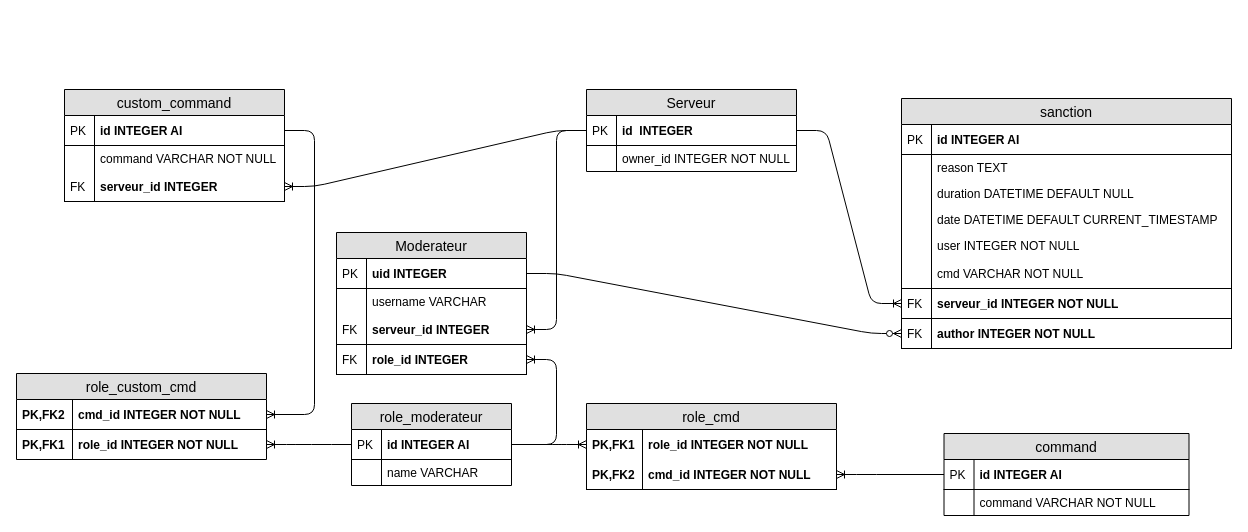
Before: doc/schema_logique.drawio in RomainCtl/discord_project, a draw.io diagram. Source tidied: cells renumbered, new cells numbered last; positions are measured from the earlier drawing's top-left corner, leaving out a move shared by most shapes. Both pictures are drawn from the tidied source at 100%, with x=0, y=0 at pixel (16, 89).
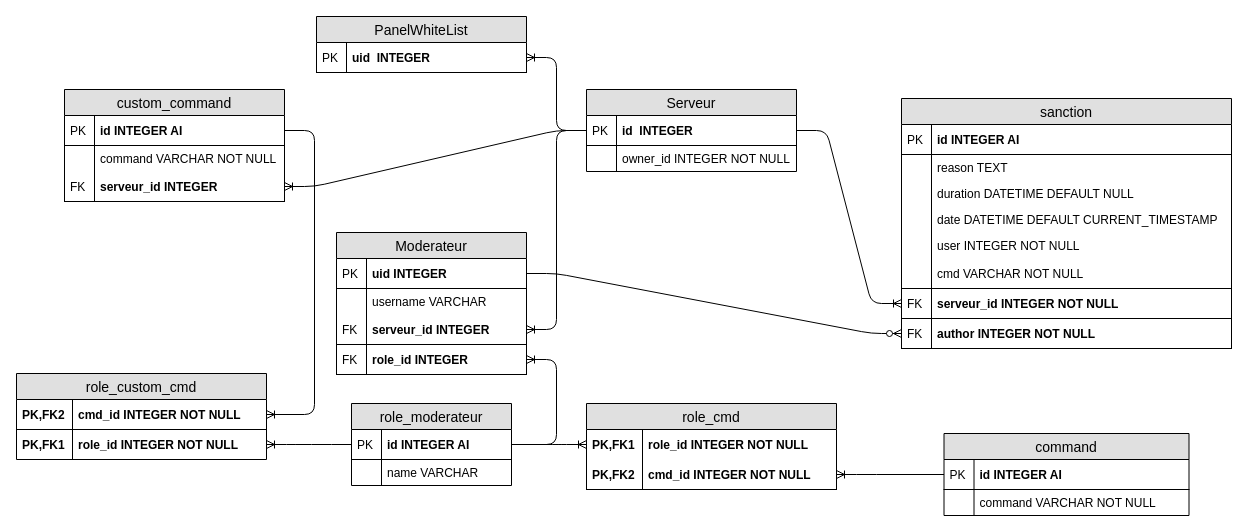
The same diagram, later.

Unchanged cells that the change refers to:
```xml
<mxCell id="3" value="id  INTEGER" style="shape=partialRectangle;top=0;left=0;right=0;bottom=1;align=left;verticalAlign=middle;fillColor=none;spacingLeft=34;spacingRight=4;overflow=hidden;points=[[0,0.5],[1,0.5]];portConstraint=eastwest;fontStyle=1;fontSize=12;fontColor=#000000;strokeColor=#000000;" parent="2" vertex="1">
  <mxGeometry y="26" width="210" height="30" as="geometry" />
</mxCell>
```

Diff of the diagram source:
```diff
@@
+    <mxCell id="69" value="PanelWhiteList" style="swimlane;fontStyle=0;horizontal=1;startSize=26;fillColor=#e0e0e0;swimlaneFillColor=#ffffff;align=center;fontSize=14;fontColor=#000000;strokeColor=#000000;" parent="1" vertex="1">
+      <mxGeometry x="300" y="-73" width="210" height="56" as="geometry" />
+    </mxCell>
+    <mxCell id="70" value="uid  INTEGER" style="shape=partialRectangle;top=0;left=0;right=0;bottom=1;align=left;verticalAlign=middle;fillColor=none;spacingLeft=34;spacingRight=4;overflow=hidden;points=[[0,0.5],[1,0.5]];portConstraint=eastwest;fontStyle=1;fontSize=12;fontColor=#000000;strokeColor=#000000;" parent="69" vertex="1">
+      <mxGeometry y="26" width="210" height="30" as="geometry" />
+    </mxCell>
+    <mxCell id="71" value="PK" style="shape=partialRectangle;top=0;left=0;bottom=0;fillColor=none;align=left;verticalAlign=middle;spacingLeft=4;spacingRight=4;overflow=hidden;fontSize=12;fontColor=#000000;strokeColor=#000000;" parent="70" vertex="1">
+      <mxGeometry width="30" height="30" as="geometry" />
+    </mxCell>
+    <mxCell id="72" style="edgeStyle=entityRelationEdgeStyle;fontSize=12;html=1;endArrow=ERoneToMany;strokeColor=#000000;" parent="1" edge="1" source="3" target="70">
+      <mxGeometry relative="1" as="geometry" />
+    </mxCell>
```
